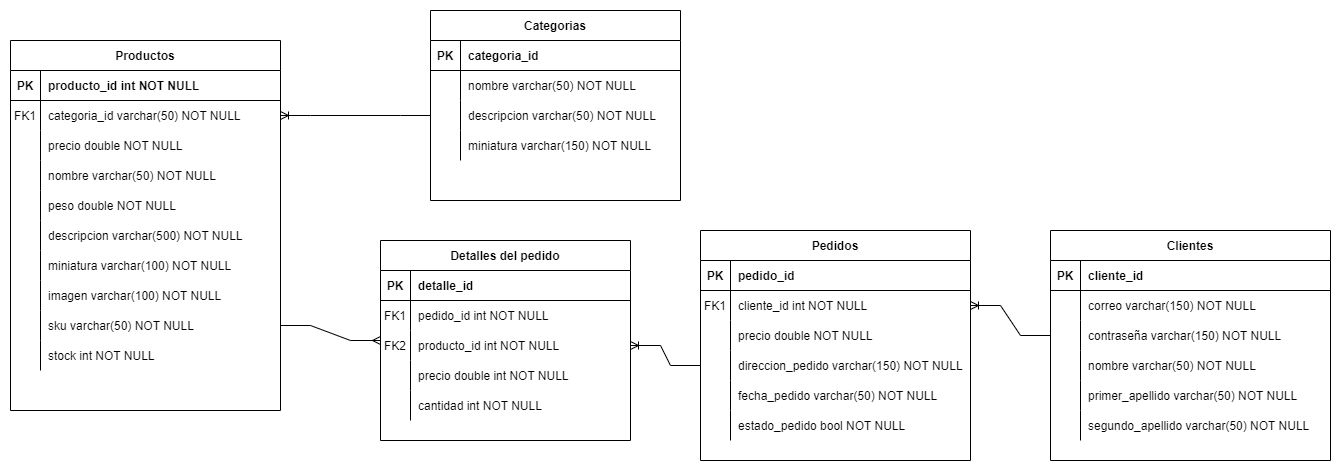
Above: db_ecommerce.png in laduenasb/ecommerce_ironmonger_shop (draw.io), before the change. Source tidied: cells renumbered, new cells last; positions are measured from the earlier drawing's top-left corner, leaving out a move shared by most shapes.
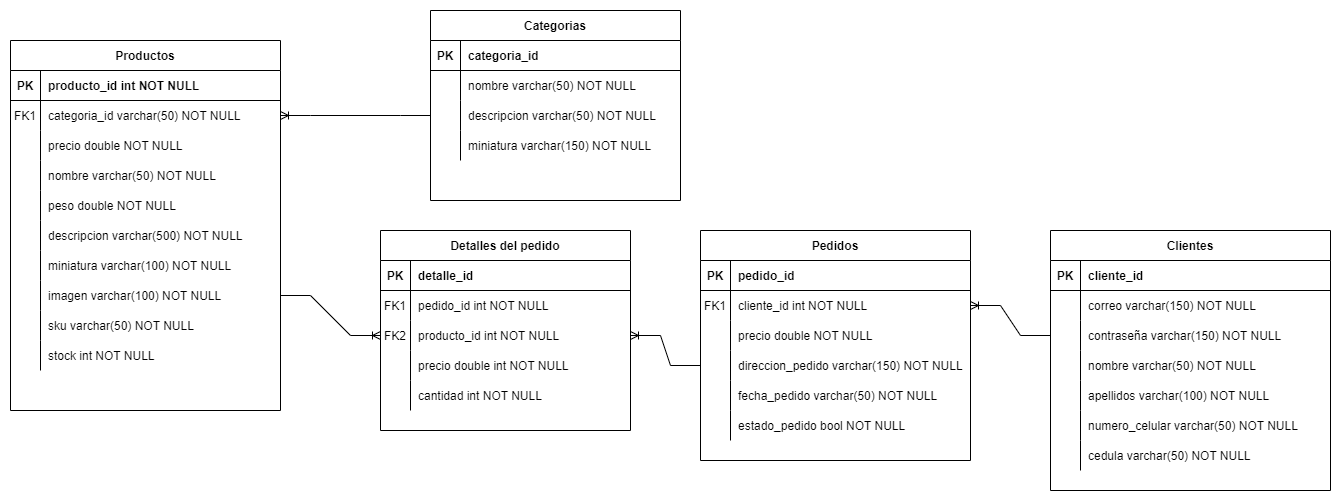
The same diagram one commit later.

Commit message:
Se agregan los campos cedula y celular a la tabla Clientes

What changed in the source:
```diff
@@ -96,7 +96,7 @@
       <mxGeometry x="30" width="240" height="30" as="geometry" />
     </mxCell>
     <mxCell id="33" value="Detalles del pedido" style="shape=table;startSize=30;rowLines=0;fontStyle=1;align=center;fillColor=default;" parent="1" vertex="1">
-      <mxGeometry x="370" y="230" width="250" height="200" as="geometry" />
+      <mxGeometry x="370" y="220" width="250" height="200" as="geometry" />
     </mxCell>
     <mxCell id="34" style="shape=partialRectangle;fillColor=none;top=0;left=0;right=0;bottom=1;" parent="33" vertex="1">
       <mxGeometry y="30" width="250" height="30" as="geometry" />
@@ -143,9 +143,6 @@
     <mxCell id="48" value="cantidad int NOT NULL" style="shape=partialRectangle;overflow=hidden;fillColor=none;top=0;left=0;bottom=0;right=0;align=left;spacingLeft=6;" parent="46" vertex="1">
       <mxGeometry x="30" width="220" height="30" as="geometry" />
     </mxCell>
-    <mxCell id="49" style="edgeStyle=entityRelationEdgeStyle;fontSize=12;html=1;endArrow=ERmany;rounded=0;entryX=0;entryY=0.5;entryDx=0;entryDy=0;exitX=1;exitY=0.5;exitDx=0;exitDy=0;" parent="1" edge="1" source="27" target="33">
-      <mxGeometry relative="1" as="geometry" />
-    </mxCell>
     <mxCell id="50" value="Pedidos" style="shape=table;startSize=30;rowLines=0;fontStyle=1;align=center;fillColor=default;" parent="1" vertex="1">
       <mxGeometry x="690" y="220" width="270" height="230" as="geometry" />
     </mxCell>
@@ -207,7 +204,7 @@
       <mxGeometry relative="1" as="geometry" />
     </mxCell>
     <mxCell id="70" value="Clientes" style="shape=table;startSize=30;rowLines=0;fontStyle=1;align=center;fillColor=default;" parent="1" vertex="1">
-      <mxGeometry x="1040" y="220" width="280" height="230" as="geometry" />
+      <mxGeometry x="1040" y="220" width="280" height="260" as="geometry" />
     </mxCell>
     <mxCell id="71" style="shape=partialRectangle;fillColor=none;top=0;left=0;right=0;bottom=1;" parent="70" vertex="1">
       <mxGeometry y="30" width="280" height="30" as="geometry" />
@@ -251,7 +248,7 @@
     <mxCell id="84" style="shape=partialRectangle;overflow=hidden;fillColor=none;top=0;left=0;bottom=0;right=0;" parent="83" vertex="1">
       <mxGeometry width="30" height="30" as="geometry" />
     </mxCell>
-    <mxCell id="85" value="primer_apellido varchar(50) NOT NULL" style="shape=partialRectangle;overflow=hidden;fillColor=none;top=0;left=0;bottom=0;right=0;align=left;spacingLeft=6;" parent="83" vertex="1">
+    <mxCell id="85" value="apellidos varchar(100) NOT NULL" style="shape=partialRectangle;overflow=hidden;fillColor=none;top=0;left=0;bottom=0;right=0;align=left;spacingLeft=6;" parent="83" vertex="1">
       <mxGeometry x="30" width="250" height="30" as="geometry" />
     </mxCell>
     <mxCell id="86" style="shape=partialRectangle;fillColor=none;top=0;left=0;right=0;bottom=0;" parent="70" vertex="1">
@@ -260,9 +257,18 @@
     <mxCell id="87" style="shape=partialRectangle;overflow=hidden;fillColor=none;top=0;left=0;bottom=0;right=0;" parent="86" vertex="1">
       <mxGeometry width="30" height="30" as="geometry" />
     </mxCell>
-    <mxCell id="88" value="segundo_apellido varchar(50) NOT NULL" style="shape=partialRectangle;overflow=hidden;fillColor=none;top=0;left=0;bottom=0;right=0;align=left;spacingLeft=6;" parent="86" vertex="1">
+    <mxCell id="88" value="numero_celular varchar(50) NOT NULL" style="shape=partialRectangle;overflow=hidden;fillColor=none;top=0;left=0;bottom=0;right=0;align=left;spacingLeft=6;" parent="86" vertex="1">
       <mxGeometry x="30" width="250" height="30" as="geometry" />
     </mxCell>
+    <mxCell id="104" style="shape=partialRectangle;fillColor=none;top=0;left=0;right=0;bottom=0;" parent="70" vertex="1">
+      <mxGeometry y="210" width="280" height="30" as="geometry" />
+    </mxCell>
+    <mxCell id="105" style="shape=partialRectangle;overflow=hidden;fillColor=none;top=0;left=0;bottom=0;right=0;" parent="104" vertex="1">
+      <mxGeometry width="30" height="30" as="geometry" />
+    </mxCell>
+    <mxCell id="106" value="cedula varchar(50) NOT NULL" style="shape=partialRectangle;overflow=hidden;fillColor=none;top=0;left=0;bottom=0;right=0;align=left;spacingLeft=6;" parent="104" vertex="1">
+      <mxGeometry x="30" width="250" height="30" as="geometry" />
+    </mxCell>
     <mxCell id="89" style="edgeStyle=entityRelationEdgeStyle;fontSize=12;html=1;endArrow=ERoneToMany;rounded=0;exitX=0;exitY=0.5;exitDx=0;exitDy=0;entryX=1;entryY=0.5;entryDx=0;entryDy=0;" parent="1" edge="1" source="77" target="54">
       <mxGeometry relative="1" as="geometry" />
     </mxCell>
@@ -308,5 +314,8 @@
     <mxCell id="103" style="edgeStyle=entityRelationEdgeStyle;fontSize=12;html=1;endArrow=ERoneToMany;rounded=0;entryX=1;entryY=0.5;entryDx=0;entryDy=0;exitX=0;exitY=0.5;exitDx=0;exitDy=0;" parent="1" edge="1" source="97" target="6">
       <mxGeometry relative="1" as="geometry" />
     </mxCell>
+    <mxCell id="107" style="edgeStyle=entityRelationEdgeStyle;fontSize=12;html=1;endArrow=ERoneToMany;rounded=0;entryX=0;entryY=0.5;entryDx=0;entryDy=0;exitX=1;exitY=0.5;exitDx=0;exitDy=0;" parent="1" edge="1" source="24" target="40">
+      <mxGeometry relative="1" as="geometry" />
+    </mxCell>
   </root>
 </mxGraphModel>
```
